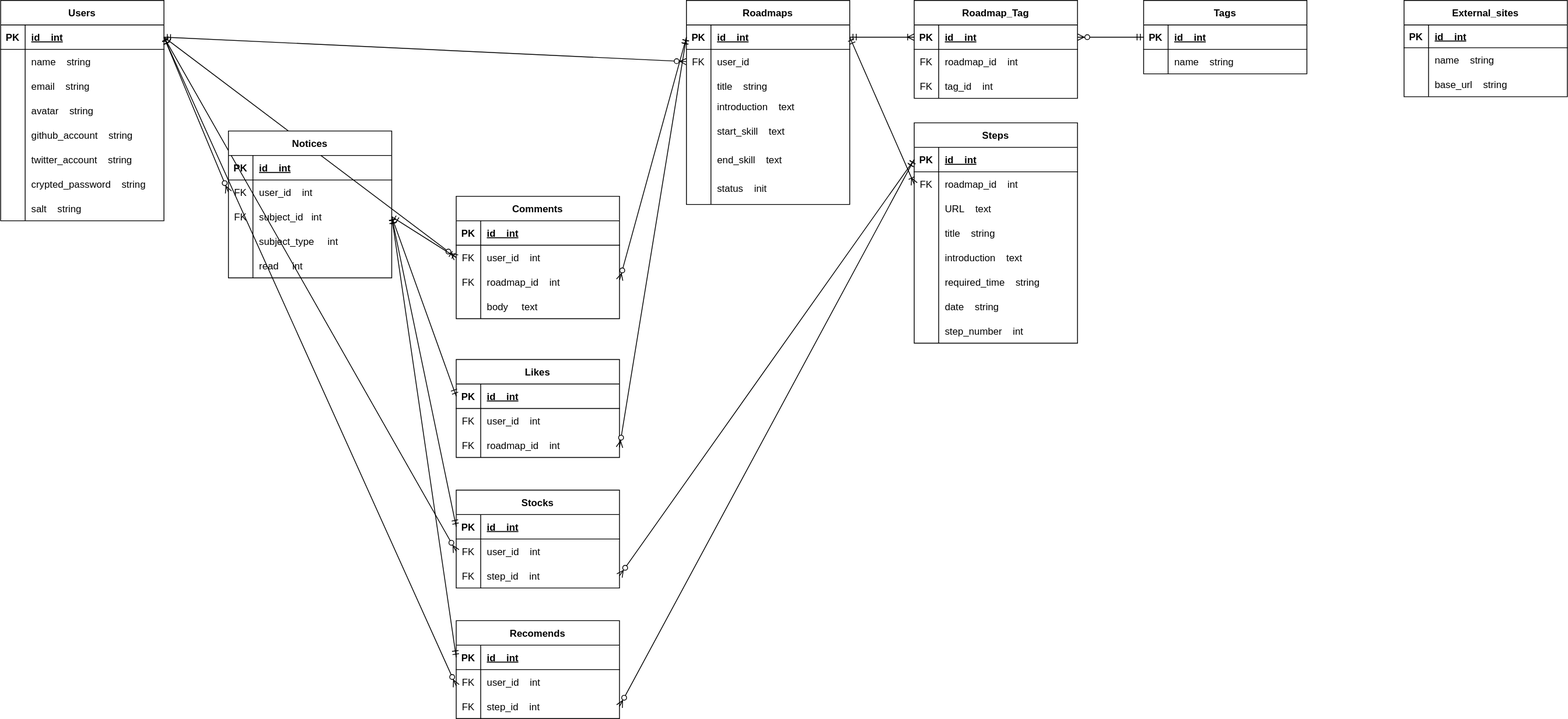
The draw.io diagram DB_design/ERD.svg in uyudane/backend-proadmaps, before a commit. Source tidied: cells renumbered, new cells last; positions are measured from the earlier drawing's top-left corner, leaving out a move shared by most shapes.
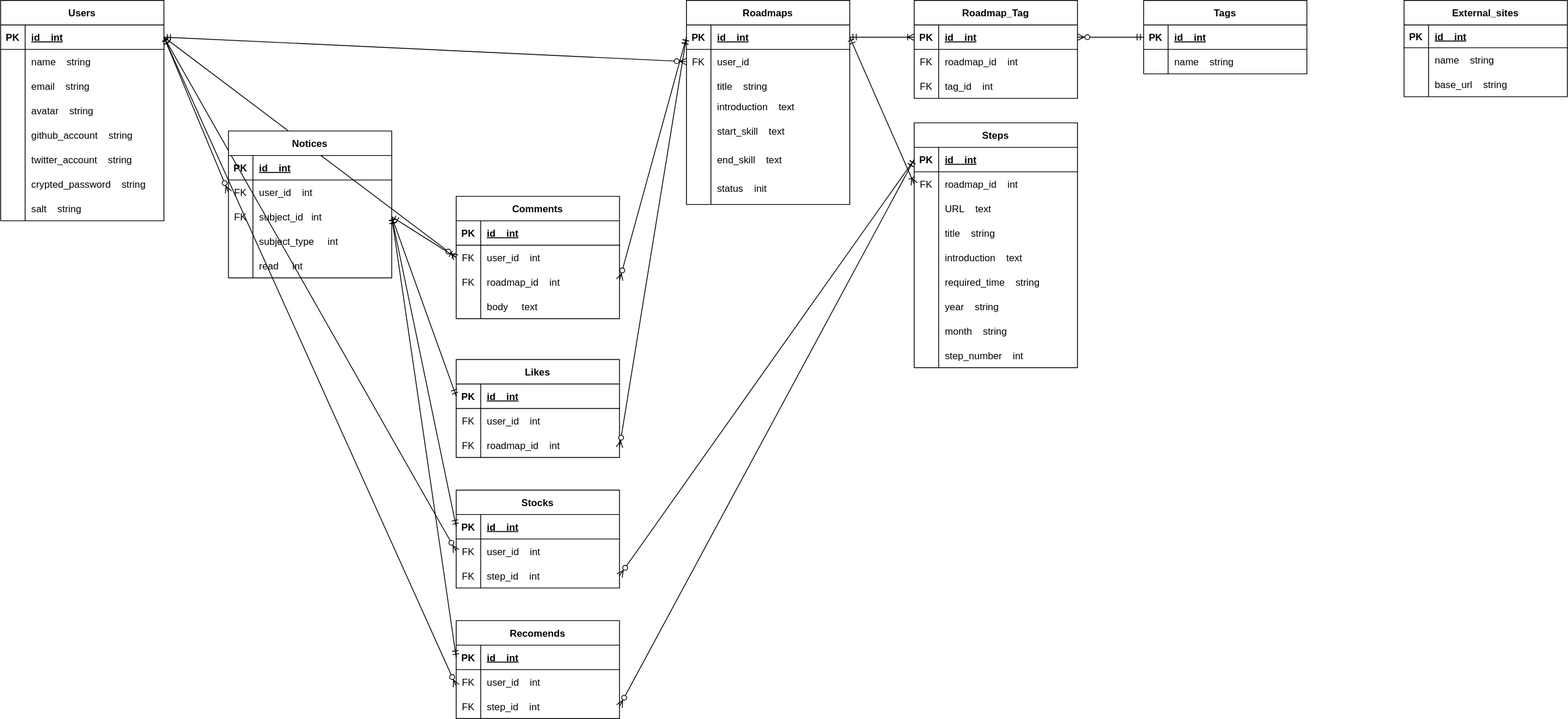
After the commit.

Commit message:
ユーザーがより入力しやすいように、stepのdateをyearとmonthに分割

What changed in the source:
```diff
@@ -144,7 +144,7 @@
       <mxGeometry x="30" width="170" height="40" as="geometry" />
     </mxCell>
     <mxCell id="49" value="Steps" style="shape=table;startSize=30;rowLines=0;fontStyle=1;align=center;" parent="1" vertex="1">
-      <mxGeometry x="1119" y="150" width="200" height="270" as="geometry" />
+      <mxGeometry x="1119" y="150" width="200" height="300" as="geometry" />
     </mxCell>
     <mxCell id="50" style="shape=tableRow;horizontal=0;startSize=0;swimlaneHead=0;swimlaneBody=0;fillColor=none;points=[[0,0.5],[1,0.5]];portConstraint=eastwest;top=0;left=0;right=0;bottom=1;" parent="49" vertex="1">
       <mxGeometry y="30" width="200" height="30" as="geometry" />
@@ -206,11 +206,20 @@
     <mxCell id="69" style="shape=partialRectangle;fillColor=none;top=0;left=0;bottom=0;right=0;overflow=hidden;" parent="68" vertex="1">
       <mxGeometry width="30" height="30" as="geometry" />
     </mxCell>
-    <mxCell id="70" value="date    string" style="shape=partialRectangle;fillColor=none;top=0;left=0;bottom=0;right=0;align=left;spacingLeft=6;overflow=hidden;" parent="68" vertex="1">
+    <mxCell id="70" value="year    string" style="shape=partialRectangle;fillColor=none;top=0;left=0;bottom=0;right=0;align=left;spacingLeft=6;overflow=hidden;" parent="68" vertex="1">
       <mxGeometry x="30" width="170" height="30" as="geometry" />
     </mxCell>
+    <mxCell id="176" style="shape=tableRow;horizontal=0;startSize=0;swimlaneHead=0;swimlaneBody=0;fillColor=none;top=0;left=0;right=0;bottom=0;" parent="49" vertex="1">
+      <mxGeometry y="240" width="200" height="30" as="geometry" />
+    </mxCell>
+    <mxCell id="177" style="shape=partialRectangle;fillColor=none;top=0;left=0;bottom=0;right=0;overflow=hidden;" parent="176" vertex="1">
+      <mxGeometry width="30" height="30" as="geometry" />
+    </mxCell>
+    <mxCell id="178" value="month    string" style="shape=partialRectangle;fillColor=none;top=0;left=0;bottom=0;right=0;align=left;spacingLeft=6;overflow=hidden;" parent="176" vertex="1">
+      <mxGeometry x="30" width="170" height="30" as="geometry" />
+    </mxCell>
     <mxCell id="71" style="shape=tableRow;horizontal=0;startSize=0;swimlaneHead=0;swimlaneBody=0;fillColor=none;top=0;left=0;right=0;bottom=0;" parent="49" vertex="1">
-      <mxGeometry y="240" width="200" height="30" as="geometry" />
+      <mxGeometry y="270" width="200" height="30" as="geometry" />
     </mxCell>
     <mxCell id="72" style="shape=partialRectangle;fillColor=none;top=0;left=0;bottom=0;right=0;overflow=hidden;" parent="71" vertex="1">
       <mxGeometry width="30" height="30" as="geometry" />
```
